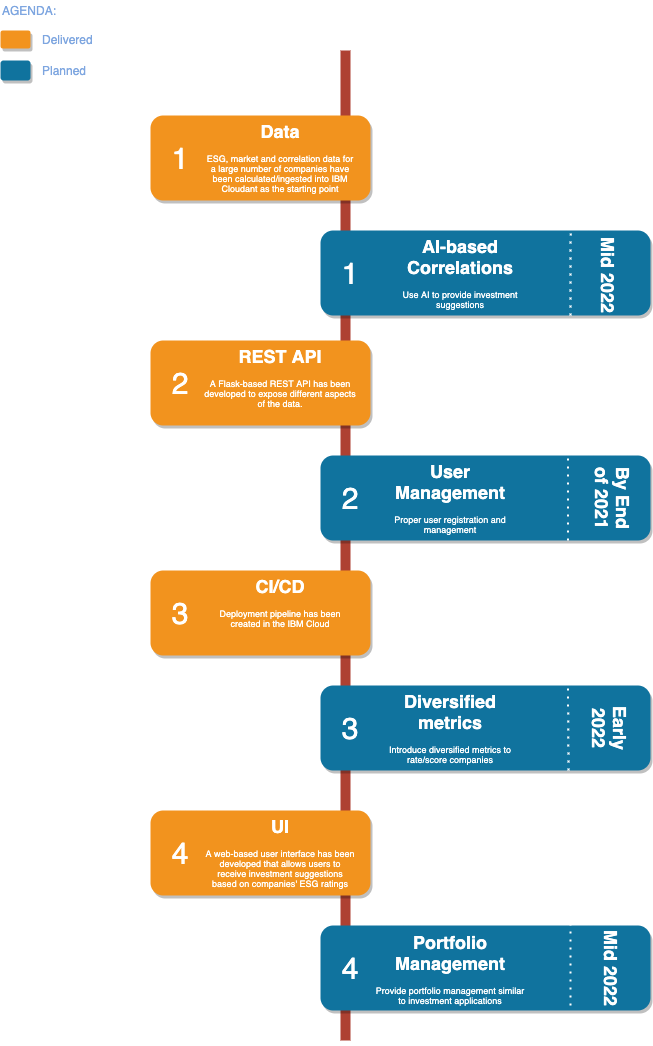
The draw.io diagram docs/roadmap.png in corentinthomasset/call-for-code-2021, before a commit. Source tidied: cells renumbered, new cells last; positions are measured from the earlier drawing's top-left corner, leaving out a move shared by most shapes.
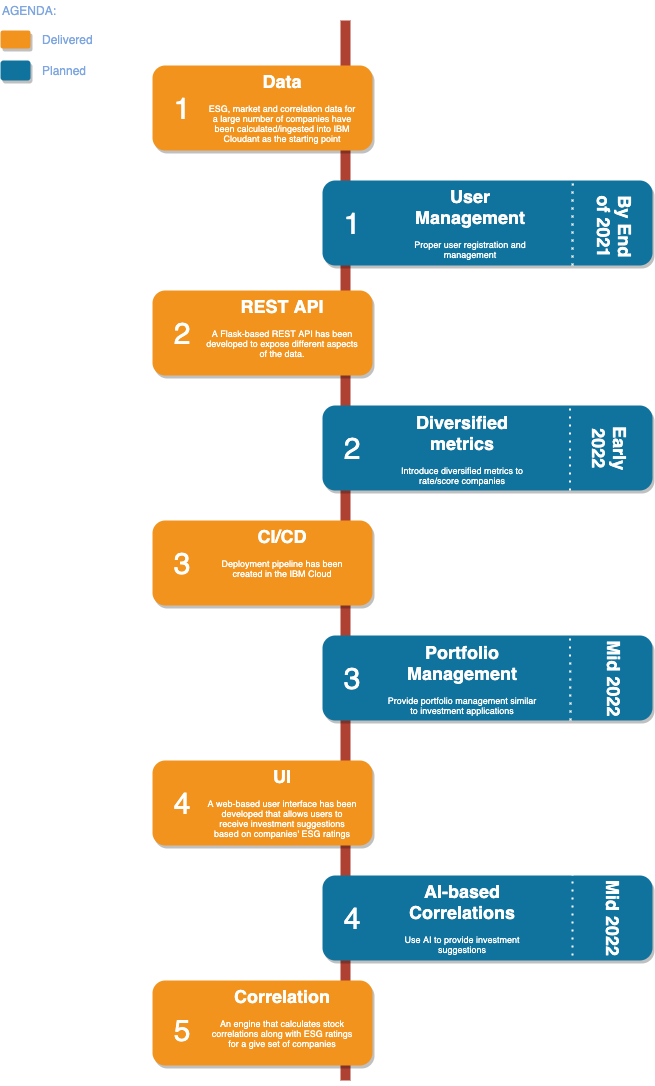
The same diagram one commit later.

What changed in the source:
```diff
@@ -3,7 +3,7 @@
     <mxCell id="0" />
     <mxCell id="1" parent="0" />
     <mxCell id="2" style="line;strokeWidth=10;direction=south;html=1;fillColor=none;fontSize=13;fontColor=#000000;align=center;strokeColor=#AE4132;" parent="1" vertex="1">
-      <mxGeometry x="340" y="50" width="10" height="990" as="geometry" />
+      <mxGeometry x="338" y="70" width="10" height="1060" as="geometry" />
     </mxCell>
     <mxCell id="3" style="rounded=1;whiteSpace=wrap;html=1;strokeColor=none;strokeWidth=1;fillColor=#F2931E;fontSize=13;fontColor=#FFFFFF;align=center;gradientColor=none;gradientDirection=east;verticalAlign=top;shadow=1;" parent="1" vertex="1">
       <mxGeometry x="150" y="115" width="220" height="85" as="geometry" />
@@ -57,40 +57,40 @@
       <mxGeometry x="200" y="119" width="160" height="77" as="geometry" />
     </mxCell>
     <mxCell id="20" value="&lt;h1&gt;AI-based Correlations&lt;/h1&gt;&lt;p&gt;Use AI to provide investment suggestions&lt;/p&gt;" style="text;html=1;spacing=5;spacingTop=-20;whiteSpace=wrap;overflow=hidden;strokeColor=none;strokeWidth=4;fillColor=none;gradientColor=#007FFF;fontSize=9;fontColor=#FFFFFF;align=center;" parent="1" vertex="1">
-      <mxGeometry x="380" y="234" width="160" height="77" as="geometry" />
+      <mxGeometry x="380" y="929" width="160" height="77" as="geometry" />
     </mxCell>
     <mxCell id="21" value="&lt;h1&gt;REST API&lt;/h1&gt;&lt;p&gt;A Flask-based REST API has been developed to expose different aspects of the data.&lt;/p&gt;" style="text;html=1;spacing=5;spacingTop=-20;whiteSpace=wrap;overflow=hidden;strokeColor=none;strokeWidth=4;fillColor=none;gradientColor=#007FFF;fontSize=9;fontColor=#FFFFFF;align=center;" parent="1" vertex="1">
       <mxGeometry x="200" y="344" width="160" height="77" as="geometry" />
     </mxCell>
     <mxCell id="22" value="&lt;h1&gt;User Management&lt;/h1&gt;&lt;p&gt;Proper user registration and management&lt;/p&gt;" style="text;html=1;spacing=5;spacingTop=-20;whiteSpace=wrap;overflow=hidden;strokeColor=none;strokeWidth=4;fillColor=none;gradientColor=#007FFF;fontSize=9;fontColor=#FFFFFF;align=center;" parent="1" vertex="1">
-      <mxGeometry x="370" y="459" width="160" height="77" as="geometry" />
+      <mxGeometry x="388" y="234" width="160" height="77" as="geometry" />
     </mxCell>
     <mxCell id="23" value="&lt;h1&gt;CI/CD&lt;/h1&gt;&lt;p&gt;Deployment pipeline has been created in the IBM Cloud&lt;/p&gt;" style="text;html=1;spacing=5;spacingTop=-20;whiteSpace=wrap;overflow=hidden;strokeColor=none;strokeWidth=4;fillColor=none;gradientColor=#007FFF;fontSize=9;fontColor=#FFFFFF;align=center;" parent="1" vertex="1">
       <mxGeometry x="200" y="574" width="160" height="77" as="geometry" />
     </mxCell>
     <mxCell id="24" value="&lt;h1&gt;Diversified metrics&lt;/h1&gt;&lt;p&gt;Introduce diversified metrics to rate/score companies&lt;/p&gt;" style="text;html=1;spacing=5;spacingTop=-20;whiteSpace=wrap;overflow=hidden;strokeColor=none;strokeWidth=4;fillColor=none;gradientColor=#007FFF;fontSize=9;fontColor=#FFFFFF;align=center;" parent="1" vertex="1">
-      <mxGeometry x="370" y="689" width="160" height="77" as="geometry" />
+      <mxGeometry x="380" y="459.5" width="160" height="77" as="geometry" />
     </mxCell>
     <mxCell id="25" value="&lt;h1&gt;UI&lt;/h1&gt;&lt;p&gt;A web-based user interface has been developed that allows users to receive investment suggestions based on companies' ESG ratings&lt;/p&gt;" style="text;html=1;spacing=5;spacingTop=-20;whiteSpace=wrap;overflow=hidden;strokeColor=none;strokeWidth=4;fillColor=none;gradientColor=#007FFF;fontSize=9;fontColor=#FFFFFF;align=center;" parent="1" vertex="1">
       <mxGeometry x="200" y="814" width="160" height="77" as="geometry" />
     </mxCell>
     <mxCell id="26" value="&lt;h1&gt;Portfolio Management&lt;/h1&gt;&lt;p&gt;Provide portfolio management similar to investment applications&lt;/p&gt;" style="text;html=1;spacing=5;spacingTop=-20;whiteSpace=wrap;overflow=hidden;strokeColor=none;strokeWidth=4;fillColor=none;gradientColor=#007FFF;fontSize=9;fontColor=#FFFFFF;align=center;" parent="1" vertex="1">
-      <mxGeometry x="370" y="930" width="160" height="77" as="geometry" />
+      <mxGeometry x="380" y="689.5" width="160" height="77" as="geometry" />
     </mxCell>
     <mxCell id="27" value="AGENDA:" style="text;html=1;align=left;verticalAlign=middle;fontColor=#7EA6E0;" parent="1" vertex="1">
-      <mxGeometry width="70" height="20" as="geometry" />
+      <mxGeometry x="-2" y="50" width="70" height="20" as="geometry" />
     </mxCell>
     <mxCell id="28" style="rounded=1;whiteSpace=wrap;html=1;strokeColor=none;strokeWidth=1;fillColor=#F2931E;fontSize=13;align=left;gradientColor=none;gradientDirection=east;verticalAlign=middle;shadow=1;labelPosition=right;verticalLabelPosition=middle;fontColor=#7EA6E0;textDirection=ltr;horizontal=1;" parent="1" vertex="1">
-      <mxGeometry y="30" width="30" height="18" as="geometry" />
+      <mxGeometry x="-2" y="80" width="30" height="18" as="geometry" />
     </mxCell>
     <mxCell id="29" style="rounded=1;whiteSpace=wrap;html=1;strokeColor=none;strokeWidth=1;fillColor=#10739E;fontSize=13;fontColor=#FFFFFF;align=center;gradientColor=none;gradientDirection=east;verticalAlign=top;shadow=1;" parent="1" vertex="1">
-      <mxGeometry y="60" width="30" height="20" as="geometry" />
+      <mxGeometry x="-2" y="110" width="30" height="20" as="geometry" />
     </mxCell>
     <mxCell id="30" value="Delivered" style="text;html=1;align=left;verticalAlign=middle;fontColor=#7EA6E0;" parent="1" vertex="1">
-      <mxGeometry x="40" y="29" width="70" height="20" as="geometry" />
+      <mxGeometry x="38" y="79" width="70" height="20" as="geometry" />
     </mxCell>
     <mxCell id="31" value="Planned" style="text;html=1;align=left;verticalAlign=middle;fontColor=#7EA6E0;" parent="1" vertex="1">
-      <mxGeometry x="40" y="60" width="60" height="20" as="geometry" />
+      <mxGeometry x="38" y="110" width="60" height="20" as="geometry" />
     </mxCell>
     <mxCell id="32" style="endArrow=none;dashed=1;html=1;dashPattern=1 3;strokeWidth=2;fontColor=#7EA6E0;labelBorderColor=#FFFFFF;strokeColor=#FFFFFF;entryX=0.75;entryY=0;entryDx=0;entryDy=0;exitX=0.75;exitY=1;exitDx=0;exitDy=0;" parent="1" edge="1" source="9" target="9">
       <mxGeometry relative="1" as="geometry" />
@@ -112,16 +112,25 @@
       </mxGeometry>
     </mxCell>
     <mxCell id="36" value="&lt;h1&gt;Mid 2022&lt;/h1&gt;" style="text;html=1;spacing=5;spacingTop=-20;whiteSpace=wrap;overflow=hidden;strokeColor=none;strokeWidth=4;fillColor=none;gradientColor=#007FFF;fontSize=9;fontColor=#FFFFFF;align=center;rotation=90;" parent="1" vertex="1">
-      <mxGeometry x="560" y="260" width="90" height="30" as="geometry" />
+      <mxGeometry x="563.5" y="713" width="90" height="30" as="geometry" />
     </mxCell>
     <mxCell id="37" value="&lt;h1&gt;By End of 2021&lt;/h1&gt;" style="text;html=1;spacing=5;spacingTop=-20;whiteSpace=wrap;overflow=hidden;strokeColor=none;strokeWidth=4;fillColor=none;gradientColor=#007FFF;fontSize=9;fontColor=#FFFFFF;align=center;rotation=90;" parent="1" vertex="1">
-      <mxGeometry x="563.5" y="471.5" width="90" height="53" as="geometry" />
+      <mxGeometry x="563.5" y="250" width="90" height="53" as="geometry" />
     </mxCell>
     <mxCell id="38" value="&lt;h1&gt;Early 2022&lt;/h1&gt;" style="text;html=1;spacing=5;spacingTop=-20;whiteSpace=wrap;overflow=hidden;strokeColor=none;strokeWidth=4;fillColor=none;gradientColor=#007FFF;fontSize=9;fontColor=#FFFFFF;align=center;rotation=90;" parent="1" vertex="1">
-      <mxGeometry x="566.2" y="706.2" width="90" height="42.5" as="geometry" />
+      <mxGeometry x="563.5" y="476.8" width="90" height="42.5" as="geometry" />
     </mxCell>
     <mxCell id="39" value="&lt;h1&gt;Mid 2022&lt;/h1&gt;" style="text;html=1;spacing=5;spacingTop=-20;whiteSpace=wrap;overflow=hidden;strokeColor=none;strokeWidth=4;fillColor=none;gradientColor=#007FFF;fontSize=9;fontColor=#FFFFFF;align=center;rotation=90;" parent="1" vertex="1">
       <mxGeometry x="563.5" y="952.5" width="90" height="30" as="geometry" />
     </mxCell>
+    <mxCell id="40" style="rounded=1;whiteSpace=wrap;html=1;strokeColor=none;strokeWidth=1;fillColor=#F2931E;fontSize=13;fontColor=#FFFFFF;align=center;gradientColor=none;gradientDirection=east;verticalAlign=top;shadow=1;" parent="1" vertex="1">
+      <mxGeometry x="150" y="1030" width="220" height="85" as="geometry" />
+    </mxCell>
+    <mxCell id="41" value="&lt;h1&gt;Correlation&lt;/h1&gt;&lt;p&gt;An engine that calculates stock correlations along with ESG ratings for a give set of companies&lt;/p&gt;" style="text;html=1;spacing=5;spacingTop=-20;whiteSpace=wrap;overflow=hidden;strokeColor=none;strokeWidth=4;fillColor=none;gradientColor=#007FFF;fontSize=9;fontColor=#FFFFFF;align=center;" parent="1" vertex="1">
+      <mxGeometry x="200" y="1034" width="160" height="77" as="geometry" />
+    </mxCell>
+    <mxCell id="42" value="5" style="text;html=1;strokeColor=none;fillColor=none;align=center;verticalAlign=middle;whiteSpace=wrap;fontSize=30;fontColor=#FFFFFF;" parent="1" vertex="1">
+      <mxGeometry x="160" y="1070" width="40" height="20" as="geometry" />
+    </mxCell>
   </root>
 </mxGraphModel>
```
